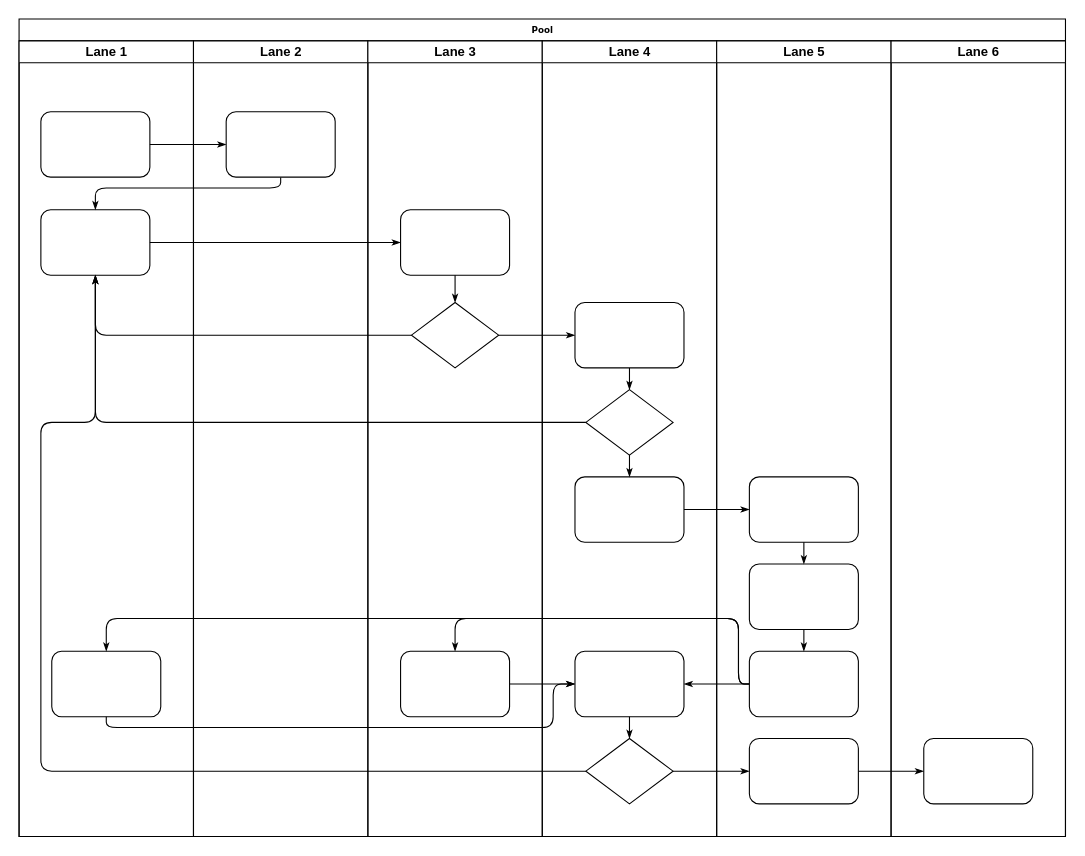
aricaldoni/leap_year keeps this draw.io diagram as Untitled Diagram.drawio. Above is the earlier version. Source tidied: cells renumbered, new cells numbered last; positions are measured from the earlier drawing's top-left corner, leaving out a move shared by most shapes. Both pictures are drawn from the tidied source at 109%, with x=0, y=0 at pixel (19, 19).
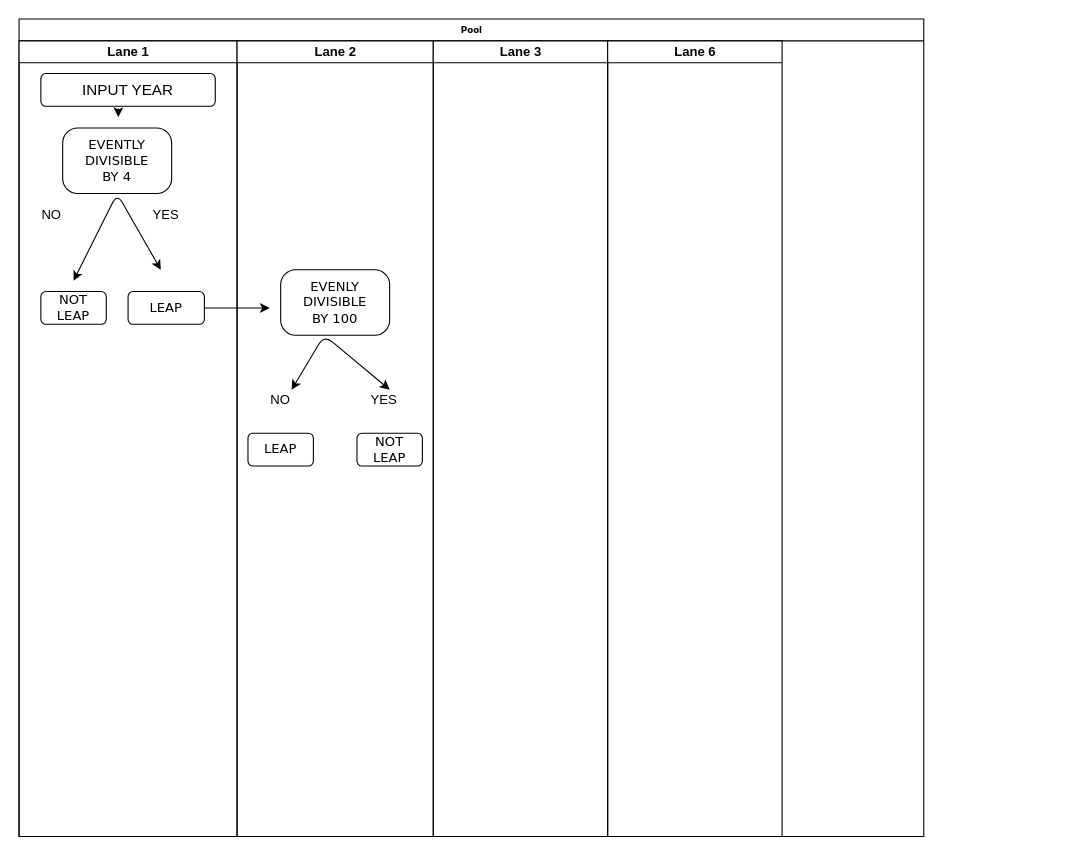
After the change.

Diff of the diagram source:
```diff
@@
     <mxCell id="2" value="Pool" style="swimlane;html=1;startSize=20;rounded=0;shadow=0;labelBackgroundColor=none;strokeWidth=1;fontFamily=Verdana;fontSize=8;align=center;" parent="1" vertex="1">
-      <mxGeometry width="960" height="750" as="geometry" />
+      <mxGeometry width="830" height="750" as="geometry" />
     </mxCell>
-    <mxCell id="3" value="Lane 1" style="swimlane;html=1;startSize=20;" parent="2" vertex="1">
-      <mxGeometry y="20" width="160" height="730" as="geometry" />
-    </mxCell>
-    <mxCell id="4" style="rounded=1;whiteSpace=wrap;html=1;shadow=0;labelBackgroundColor=none;strokeWidth=1;fontFamily=Verdana;fontSize=8;align=center;" parent="3" vertex="1">
-      <mxGeometry x="20" y="65" width="100" height="60" as="geometry" />
-    </mxCell>
-    <mxCell id="5" style="rounded=1;whiteSpace=wrap;html=1;shadow=0;labelBackgroundColor=none;strokeWidth=1;fontFamily=Verdana;fontSize=8;align=center;" parent="3" vertex="1">
-      <mxGeometry x="20" y="155" width="100" height="60" as="geometry" />
-    </mxCell>
-    <mxCell id="6" style="rounded=1;whiteSpace=wrap;html=1;shadow=0;labelBackgroundColor=none;strokeWidth=1;fontFamily=Verdana;fontSize=8;align=center;" parent="3" vertex="1">
-      <mxGeometry x="30" y="560" width="100" height="60" as="geometry" />
-    </mxCell>
-    <mxCell id="7" style="edgeStyle=orthogonalEdgeStyle;rounded=1;html=1;labelBackgroundColor=none;startArrow=none;startFill=0;startSize=5;endArrow=classicThin;endFill=1;endSize=5;jettySize=auto;strokeWidth=1;fontFamily=Verdana;fontSize=8;" parent="2" edge="1" source="4" target="23">
-      <mxGeometry relative="1" as="geometry" />
-    </mxCell>
-    <mxCell id="8" style="edgeStyle=orthogonalEdgeStyle;rounded=1;html=1;labelBackgroundColor=none;startArrow=none;startFill=0;startSize=5;endArrow=classicThin;endFill=1;endSize=5;jettySize=auto;strokeWidth=1;fontFamily=Verdana;fontSize=8;" parent="2" edge="1" source="23" target="5">
-      <mxGeometry relative="1" as="geometry">
-        <Array as="points">
-          <mxPoint x="240" y="155" />
-          <mxPoint x="70" y="155" />
-        </Array>
-      </mxGeometry>
-    </mxCell>
-    <mxCell id="9" style="edgeStyle=orthogonalEdgeStyle;rounded=1;html=1;labelBackgroundColor=none;startArrow=none;startFill=0;startSize=5;endArrow=classicThin;endFill=1;endSize=5;jettySize=auto;strokeWidth=1;fontFamily=Verdana;fontSize=8;" parent="2" edge="1" source="5" target="25">
-      <mxGeometry relative="1" as="geometry" />
-    </mxCell>
-    <mxCell id="10" style="edgeStyle=orthogonalEdgeStyle;rounded=1;html=1;labelBackgroundColor=none;startArrow=none;startFill=0;startSize=5;endArrow=classicThin;endFill=1;endSize=5;jettySize=auto;strokeWidth=1;fontFamily=Verdana;fontSize=8;" parent="2" edge="1" source="26" target="5">
-      <mxGeometry relative="1" as="geometry" />
-    </mxCell>
-    <mxCell id="11" style="edgeStyle=orthogonalEdgeStyle;rounded=1;html=1;labelBackgroundColor=none;startArrow=none;startFill=0;startSize=5;endArrow=classicThin;endFill=1;endSize=5;jettySize=auto;strokeWidth=1;fontFamily=Verdana;fontSize=8;" parent="2" edge="1" source="31" target="5">
-      <mxGeometry relative="1" as="geometry" />
-    </mxCell>
-    <mxCell id="12" style="edgeStyle=orthogonalEdgeStyle;rounded=1;html=1;labelBackgroundColor=none;startArrow=none;startFill=0;startSize=5;endArrow=classicThin;endFill=1;endSize=5;jettySize=auto;strokeWidth=1;fontFamily=Verdana;fontSize=8;" parent="2" edge="1" source="34" target="5">
-      <mxGeometry relative="1" as="geometry">
-        <Array as="points">
-          <mxPoint x="20" y="690" />
-          <mxPoint x="20" y="370" />
-          <mxPoint x="70" y="370" />
-        </Array>
-      </mxGeometry>
-    </mxCell>
-    <mxCell id="13" style="edgeStyle=orthogonalEdgeStyle;rounded=1;html=1;labelBackgroundColor=none;startArrow=none;startFill=0;startSize=5;endArrow=classicThin;endFill=1;endSize=5;jettySize=auto;strokeWidth=1;fontFamily=Verdana;fontSize=8;" parent="2" edge="1" source="26" target="30">
-      <mxGeometry relative="1" as="geometry" />
-    </mxCell>
-    <mxCell id="14" style="edgeStyle=orthogonalEdgeStyle;rounded=1;html=1;labelBackgroundColor=none;startArrow=none;startFill=0;startSize=5;endArrow=classicThin;endFill=1;endSize=5;jettySize=auto;strokeWidth=1;fontFamily=Verdana;fontSize=8;" parent="2" edge="1" source="34" target="42">
-      <mxGeometry relative="1" as="geometry" />
-    </mxCell>
-    <mxCell id="15" style="edgeStyle=orthogonalEdgeStyle;rounded=1;html=1;labelBackgroundColor=none;startArrow=none;startFill=0;startSize=5;endArrow=classicThin;endFill=1;endSize=5;jettySize=auto;strokeWidth=1;fontFamily=Verdana;fontSize=8;" parent="2" edge="1" source="42" target="46">
-      <mxGeometry relative="1" as="geometry" />
-    </mxCell>
-    <mxCell id="16" style="edgeStyle=orthogonalEdgeStyle;rounded=1;html=1;labelBackgroundColor=none;startArrow=none;startFill=0;startSize=5;endArrow=classicThin;endFill=1;endSize=5;jettySize=auto;strokeWidth=1;fontFamily=Verdana;fontSize=8;" parent="2" edge="1" source="32" target="39">
-      <mxGeometry relative="1" as="geometry" />
-    </mxCell>
-    <mxCell id="17" style="edgeStyle=orthogonalEdgeStyle;rounded=1;html=1;labelBackgroundColor=none;startArrow=none;startFill=0;startSize=5;endArrow=classicThin;endFill=1;endSize=5;jettySize=auto;strokeWidth=1;fontFamily=Verdana;fontSize=8;" parent="2" edge="1" source="41" target="27">
-      <mxGeometry relative="1" as="geometry">
-        <Array as="points">
-          <mxPoint x="660" y="610" />
-          <mxPoint x="660" y="550" />
-          <mxPoint x="400" y="550" />
-        </Array>
-      </mxGeometry>
-    </mxCell>
-    <mxCell id="18" style="edgeStyle=orthogonalEdgeStyle;rounded=1;html=1;labelBackgroundColor=none;startArrow=none;startFill=0;startSize=5;endArrow=classicThin;endFill=1;endSize=5;jettySize=auto;strokeColor=#000000;strokeWidth=1;fontFamily=Verdana;fontSize=8;fontColor=#000000;" parent="2" edge="1" source="41" target="33">
-      <mxGeometry relative="1" as="geometry" />
-    </mxCell>
-    <mxCell id="19" style="edgeStyle=orthogonalEdgeStyle;rounded=1;html=1;labelBackgroundColor=none;startArrow=none;startFill=0;startSize=5;endArrow=classicThin;endFill=1;endSize=5;jettySize=auto;strokeWidth=1;fontFamily=Verdana;fontSize=8;" parent="2" edge="1" source="41" target="6">
-      <mxGeometry relative="1" as="geometry">
-        <Array as="points">
-          <mxPoint x="660" y="610" />
-          <mxPoint x="660" y="550" />
-          <mxPoint x="80" y="550" />
-        </Array>
-      </mxGeometry>
-    </mxCell>
-    <mxCell id="20" style="edgeStyle=orthogonalEdgeStyle;rounded=1;html=1;labelBackgroundColor=none;startArrow=none;startFill=0;startSize=5;endArrow=classicThin;endFill=1;endSize=5;jettySize=auto;strokeWidth=1;fontFamily=Verdana;fontSize=8;" parent="2" edge="1" source="6" target="33">
-      <mxGeometry relative="1" as="geometry">
-        <Array as="points">
-          <mxPoint x="80" y="650" />
-          <mxPoint x="490" y="650" />
-          <mxPoint x="490" y="610" />
-        </Array>
-      </mxGeometry>
-    </mxCell>
-    <mxCell id="21" style="edgeStyle=orthogonalEdgeStyle;rounded=1;html=1;labelBackgroundColor=none;startArrow=none;startFill=0;startSize=5;endArrow=classicThin;endFill=1;endSize=5;jettySize=auto;strokeWidth=1;fontFamily=Verdana;fontSize=8;" parent="2" edge="1" source="27" target="33">
-      <mxGeometry relative="1" as="geometry" />
-    </mxCell>
-    <mxCell id="22" value="Lane 2" style="swimlane;html=1;startSize=20;" parent="2" vertex="1">
-      <mxGeometry x="160" y="20" width="160" height="730" as="geometry" />
-    </mxCell>
-    <mxCell id="23" style="rounded=1;whiteSpace=wrap;html=1;shadow=0;labelBackgroundColor=none;strokeWidth=1;fontFamily=Verdana;fontSize=8;align=center;" parent="22" vertex="1">
-      <mxGeometry x="30" y="65" width="100" height="60" as="geometry" />
-    </mxCell>
-    <mxCell id="24" value="Lane 3" style="swimlane;html=1;startSize=20;" parent="2" vertex="1">
-      <mxGeometry x="320" y="20" width="160" height="730" as="geometry" />
+    <mxCell id="24" value="Lane 1" style="swimlane;html=1;startSize=20;" parent="2" vertex="1">
+      <mxGeometry y="20" width="200" height="730" as="geometry" />
     </mxCell>
-    <mxCell id="25" style="rounded=1;whiteSpace=wrap;html=1;shadow=0;labelBackgroundColor=none;strokeWidth=1;fontFamily=Verdana;fontSize=8;align=center;" parent="24" vertex="1">
-      <mxGeometry x="30" y="155" width="100" height="60" as="geometry" />
+    <mxCell id="25" value="&lt;span style=&quot;font-size: 12px&quot;&gt;EVENTLY DIVISIBLE&lt;br&gt;BY 4&lt;br&gt;&lt;/span&gt;" style="rounded=1;whiteSpace=wrap;html=1;shadow=0;labelBackgroundColor=none;strokeWidth=1;fontFamily=Verdana;fontSize=8;align=center;arcSize=23;" parent="24" vertex="1">
+      <mxGeometry x="40" y="80" width="100" height="60" as="geometry" />
     </mxCell>
-    <mxCell id="26" style="rhombus;whiteSpace=wrap;html=1;rounded=0;shadow=0;labelBackgroundColor=none;strokeWidth=1;fontFamily=Verdana;fontSize=8;align=center;" parent="24" vertex="1">
-      <mxGeometry x="40" y="240" width="80" height="60" as="geometry" />
-    </mxCell>
-    <mxCell id="27" style="rounded=1;whiteSpace=wrap;html=1;shadow=0;labelBackgroundColor=none;strokeWidth=1;fontFamily=Verdana;fontSize=8;align=center;" parent="24" vertex="1">
-      <mxGeometry x="30" y="560" width="100" height="60" as="geometry" />
-    </mxCell>
-    <mxCell id="28" style="edgeStyle=orthogonalEdgeStyle;rounded=1;html=1;labelBackgroundColor=none;startArrow=none;startFill=0;startSize=5;endArrow=classicThin;endFill=1;endSize=5;jettySize=auto;strokeWidth=1;fontFamily=Verdana;fontSize=8;" parent="24" edge="1" source="25" target="26">
-      <mxGeometry relative="1" as="geometry" />
-    </mxCell>
+    <mxCell id="47" style="endArrow=classic;startArrow=classic;html=1;" parent="24" edge="1">
+      <mxGeometry relative="1" as="geometry">
+        <mxPoint x="50" y="220" as="sourcePoint" />
+        <mxPoint x="130" y="210" as="targetPoint" />
+        <Array as="points">
+          <mxPoint x="90" y="140" />
+        </Array>
+      </mxGeometry>
+    </mxCell>
+    <mxCell id="48" value="&lt;span style=&quot;font-size: 12px&quot;&gt;NOT LEAP&lt;/span&gt;" style="rounded=1;whiteSpace=wrap;html=1;shadow=0;labelBackgroundColor=none;strokeWidth=1;fontFamily=Verdana;fontSize=8;align=center;" parent="24" vertex="1">
+      <mxGeometry x="20" y="230" width="60" height="30" as="geometry" />
+    </mxCell>
+    <mxCell id="49" value="&lt;font style=&quot;font-size: 14px&quot;&gt;INPUT YEAR&lt;/font&gt;" style="rounded=1;whiteSpace=wrap;html=1;" parent="24" vertex="1">
+      <mxGeometry x="20" y="30" width="160" height="30" as="geometry" />
+    </mxCell>
+    <mxCell id="50" value="NO" style="text;html=1;strokeColor=none;fillColor=none;align=center;verticalAlign=middle;whiteSpace=wrap;rounded=0;" parent="24" vertex="1">
+      <mxGeometry x="10" y="150" width="40" height="20" as="geometry" />
+    </mxCell>
+    <mxCell id="51" value="YES" style="text;html=1;strokeColor=none;fillColor=none;align=center;verticalAlign=middle;whiteSpace=wrap;rounded=0;" parent="24" vertex="1">
+      <mxGeometry x="90" y="150" width="90" height="20" as="geometry" />
+    </mxCell>
+    <mxCell id="52" value="&lt;span style=&quot;font-size: 12px&quot;&gt;LEAP&lt;/span&gt;" style="rounded=1;whiteSpace=wrap;html=1;shadow=0;labelBackgroundColor=none;strokeWidth=1;fontFamily=Verdana;fontSize=8;align=center;" parent="24" vertex="1">
+      <mxGeometry x="100" y="230" width="70" height="30" as="geometry" />
+    </mxCell>
+    <mxCell id="53" style="endArrow=classic;startArrow=classic;html=1;" parent="24" edge="1">
+      <mxGeometry relative="1" as="geometry">
+        <mxPoint x="340" y="320" as="sourcePoint" />
+        <mxPoint x="250" y="320" as="targetPoint" />
+        <Array as="points">
+          <mxPoint x="280" y="270" />
+        </Array>
+      </mxGeometry>
+    </mxCell>
-    <mxCell id="29" value="Lane 4" style="swimlane;html=1;startSize=20;" parent="2" vertex="1">
-      <mxGeometry x="480" y="20" width="160" height="730" as="geometry" />
+    <mxCell id="29" value="Lane 2" style="swimlane;html=1;startSize=20;" parent="2" vertex="1">
+      <mxGeometry x="200" y="20" width="180" height="730" as="geometry" />
     </mxCell>
-    <mxCell id="30" style="rounded=1;whiteSpace=wrap;html=1;shadow=0;labelBackgroundColor=none;strokeWidth=1;fontFamily=Verdana;fontSize=8;align=center;" parent="29" vertex="1">
-      <mxGeometry x="30" y="240" width="100" height="60" as="geometry" />
-    </mxCell>
-    <mxCell id="31" style="rhombus;whiteSpace=wrap;html=1;rounded=0;shadow=0;labelBackgroundColor=none;strokeWidth=1;fontFamily=Verdana;fontSize=8;align=center;" parent="29" vertex="1">
-      <mxGeometry x="40" y="320" width="80" height="60" as="geometry" />
-    </mxCell>
-    <mxCell id="32" style="rounded=1;whiteSpace=wrap;html=1;shadow=0;labelBackgroundColor=none;strokeWidth=1;fontFamily=Verdana;fontSize=8;align=center;" parent="29" vertex="1">
-      <mxGeometry x="30" y="400" width="100" height="60" as="geometry" />
-    </mxCell>
-    <mxCell id="33" style="rounded=1;whiteSpace=wrap;html=1;shadow=0;labelBackgroundColor=none;strokeWidth=1;fontFamily=Verdana;fontSize=8;align=center;" parent="29" vertex="1">
-      <mxGeometry x="30" y="560" width="100" height="60" as="geometry" />
-    </mxCell>
-    <mxCell id="34" style="rhombus;whiteSpace=wrap;html=1;rounded=0;shadow=0;labelBackgroundColor=none;strokeWidth=1;fontFamily=Verdana;fontSize=8;align=center;" parent="29" vertex="1">
-      <mxGeometry x="40" y="640" width="80" height="60" as="geometry" />
-    </mxCell>
-    <mxCell id="35" style="edgeStyle=orthogonalEdgeStyle;rounded=1;html=1;labelBackgroundColor=none;startArrow=none;startFill=0;startSize=5;endArrow=classicThin;endFill=1;endSize=5;jettySize=auto;strokeColor=#000000;strokeWidth=1;fontFamily=Verdana;fontSize=8;fontColor=#000000;" parent="29" edge="1" source="30" target="31">
-      <mxGeometry relative="1" as="geometry" />
-    </mxCell>
-    <mxCell id="36" style="edgeStyle=orthogonalEdgeStyle;rounded=1;html=1;labelBackgroundColor=none;startArrow=none;startFill=0;startSize=5;endArrow=classicThin;endFill=1;endSize=5;jettySize=auto;strokeWidth=1;fontFamily=Verdana;fontSize=8;" parent="29" edge="1" source="31" target="32">
-      <mxGeometry relative="1" as="geometry" />
-    </mxCell>
-    <mxCell id="37" style="edgeStyle=orthogonalEdgeStyle;rounded=1;html=1;labelBackgroundColor=none;startArrow=none;startFill=0;startSize=5;endArrow=classicThin;endFill=1;endSize=5;jettySize=auto;strokeWidth=1;fontFamily=Verdana;fontSize=8;" parent="29" edge="1" source="33" target="34">
-      <mxGeometry relative="1" as="geometry" />
-    </mxCell>
+    <mxCell id="54" value="&lt;span style=&quot;font-size: 12px&quot;&gt;EVENLY DIVISIBLE&lt;br&gt;BY 100&lt;br&gt;&lt;/span&gt;" style="rounded=1;whiteSpace=wrap;html=1;shadow=0;labelBackgroundColor=none;strokeWidth=1;fontFamily=Verdana;fontSize=8;align=center;arcSize=23;" parent="29" vertex="1">
+      <mxGeometry x="40" y="210" width="100" height="60" as="geometry" />
+    </mxCell>
+    <mxCell id="55" value="YES" style="text;html=1;strokeColor=none;fillColor=none;align=center;verticalAlign=middle;whiteSpace=wrap;rounded=0;" parent="29" vertex="1">
+      <mxGeometry x="90" y="320" width="90" height="20" as="geometry" />
+    </mxCell>
+    <mxCell id="56" value="&lt;span style=&quot;font-size: 12px&quot;&gt;LEAP&lt;/span&gt;" style="rounded=1;whiteSpace=wrap;html=1;shadow=0;labelBackgroundColor=none;strokeWidth=1;fontFamily=Verdana;fontSize=8;align=center;" parent="29" vertex="1">
+      <mxGeometry x="10" y="360" width="60" height="30" as="geometry" />
+    </mxCell>
+    <mxCell id="57" value="NO" style="text;html=1;strokeColor=none;fillColor=none;align=center;verticalAlign=middle;whiteSpace=wrap;rounded=0;" parent="29" vertex="1">
+      <mxGeometry x="20" y="320" width="40" height="20" as="geometry" />
+    </mxCell>
+    <mxCell id="58" value="&lt;span style=&quot;font-size: 12px&quot;&gt;NOT LEAP&lt;/span&gt;" style="rounded=1;whiteSpace=wrap;html=1;shadow=0;labelBackgroundColor=none;strokeWidth=1;fontFamily=Verdana;fontSize=8;align=center;" parent="29" vertex="1">
+      <mxGeometry x="110" y="360" width="60" height="30" as="geometry" />
+    </mxCell>
-    <mxCell id="38" value="Lane 5" style="swimlane;html=1;startSize=20;" parent="2" vertex="1">
-      <mxGeometry x="640" y="20" width="160" height="730" as="geometry" />
+    <mxCell id="38" value="Lane 3" style="swimlane;html=1;startSize=20;" parent="2" vertex="1">
+      <mxGeometry x="380" y="20" width="160" height="730" as="geometry" />
     </mxCell>
-    <mxCell id="39" style="rounded=1;whiteSpace=wrap;html=1;shadow=0;labelBackgroundColor=none;strokeWidth=1;fontFamily=Verdana;fontSize=8;align=center;" parent="38" vertex="1">
-      <mxGeometry x="30" y="400" width="100" height="60" as="geometry" />
-    </mxCell>
-    <mxCell id="40" style="rounded=1;whiteSpace=wrap;html=1;shadow=0;labelBackgroundColor=none;strokeWidth=1;fontFamily=Verdana;fontSize=8;align=center;" parent="38" vertex="1">
-      <mxGeometry x="30" y="480" width="100" height="60" as="geometry" />
-    </mxCell>
-    <mxCell id="41" style="rounded=1;whiteSpace=wrap;html=1;shadow=0;labelBackgroundColor=none;strokeWidth=1;fontFamily=Verdana;fontSize=8;align=center;" parent="38" vertex="1">
-      <mxGeometry x="30" y="560" width="100" height="60" as="geometry" />
-    </mxCell>
-    <mxCell id="42" style="rounded=1;whiteSpace=wrap;html=1;shadow=0;labelBackgroundColor=none;strokeWidth=1;fontFamily=Verdana;fontSize=8;align=center;" parent="38" vertex="1">
-      <mxGeometry x="30" y="640" width="100" height="60" as="geometry" />
-    </mxCell>
-    <mxCell id="43" style="edgeStyle=orthogonalEdgeStyle;rounded=1;html=1;labelBackgroundColor=none;startArrow=none;startFill=0;startSize=5;endArrow=classicThin;endFill=1;endSize=5;jettySize=auto;strokeWidth=1;fontFamily=Verdana;fontSize=8;" parent="38" edge="1" source="39" target="40">
-      <mxGeometry relative="1" as="geometry" />
-    </mxCell>
-    <mxCell id="44" style="edgeStyle=orthogonalEdgeStyle;rounded=1;html=1;labelBackgroundColor=none;startArrow=none;startFill=0;startSize=5;endArrow=classicThin;endFill=1;endSize=5;jettySize=auto;strokeWidth=1;fontFamily=Verdana;fontSize=8;" parent="38" edge="1" source="40" target="41">
-      <mxGeometry relative="1" as="geometry" />
-    </mxCell>
     <mxCell id="45" value="Lane 6" style="swimlane;html=1;startSize=20;" parent="2" vertex="1">
-      <mxGeometry x="800" y="20" width="160" height="730" as="geometry" />
+      <mxGeometry x="540" y="20" width="160" height="730" as="geometry" />
     </mxCell>
-    <mxCell id="46" style="rounded=1;whiteSpace=wrap;html=1;shadow=0;labelBackgroundColor=none;strokeWidth=1;fontFamily=Verdana;fontSize=8;align=center;" parent="45" vertex="1">
-      <mxGeometry x="30" y="640" width="100" height="60" as="geometry" />
-    </mxCell>
+    <mxCell id="59" style="endArrow=classic;html=1;exitX=0.444;exitY=1.067;exitDx=0;exitDy=0;exitPerimeter=0;" parent="1" edge="1" source="49">
+      <mxGeometry relative="1" as="geometry">
+        <mxPoint x="91" y="90" as="targetPoint" />
+      </mxGeometry>
+    </mxCell>
+    <mxCell id="60" style="endArrow=classic;html=1;exitX=1;exitY=0.5;exitDx=0;exitDy=0;" parent="1" edge="1" source="52">
+      <mxGeometry relative="1" as="geometry">
+        <mxPoint x="230" y="265" as="targetPoint" />
+      </mxGeometry>
+    </mxCell>
```
